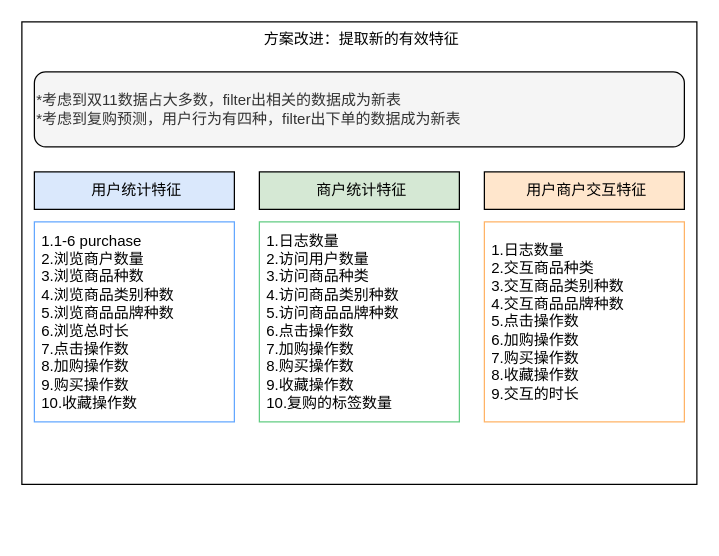
Earlier version of the draw.io diagram featrue.drawio (limpid-11/drawio). Source tidied: cells renumbered, new cells numbered last; positions are measured from the earlier drawing's top-left corner, leaving out a move shared by most shapes. Both pictures are drawn from the tidied source at 125%, with x=0, y=0 at pixel (21, 21).
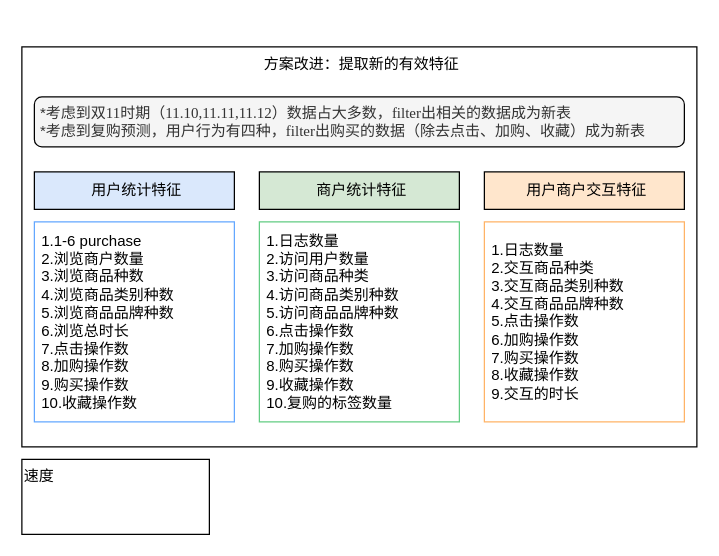
Above is the later version.

The edit, as a diff of the source:
```diff
@@
 <mxGraphModel>
   <root>
     <mxCell id="0" />
     <mxCell id="1" parent="0" />
     <mxCell id="2" value="方案改进：提取新的有效特征" style="rounded=0;whiteSpace=wrap;html=1;align=center;verticalAlign=top;spacing=2;spacingLeft=4;strokeColor=#000000;" parent="1" vertex="1">
-      <mxGeometry width="540" height="370" as="geometry" />
+      <mxGeometry y="20" width="540" height="320" as="geometry" />
     </mxCell>
     <mxCell id="3" value="用户统计特征" style="rounded=0;whiteSpace=wrap;html=1;align=center;verticalAlign=middle;spacing=2;spacingLeft=4;fillColor=#dae8fc;strokeColor=#000000;" parent="1" vertex="1">
       <mxGeometry x="10" y="120" width="160" height="30" as="geometry" />
     </mxCell>
     <mxCell id="4" value="1.1-6 purchase&lt;div&gt;2.浏览商户数量&lt;/div&gt;&lt;div&gt;3.&lt;span style=&quot;background-color: initial;&quot;&gt;浏览商品种数&lt;/span&gt;&lt;/div&gt;&lt;div&gt;&lt;span style=&quot;background-color: initial;&quot;&gt;4.浏览商品类别种数&lt;/span&gt;&lt;/div&gt;&lt;div&gt;&lt;span style=&quot;background-color: initial;&quot;&gt;5.浏览商品品牌种数&lt;/span&gt;&lt;/div&gt;&lt;div&gt;&lt;span style=&quot;background-color: initial;&quot;&gt;6.浏览总时长&lt;/span&gt;&lt;/div&gt;&lt;div&gt;&lt;span style=&quot;background-color: initial;&quot;&gt;7.点击操作数&lt;/span&gt;&lt;/div&gt;&lt;div&gt;&lt;span style=&quot;background-color: initial;&quot;&gt;8.加购操作数&lt;/span&gt;&lt;/div&gt;&lt;div&gt;&lt;span style=&quot;background-color: initial;&quot;&gt;9.购买操作数&lt;/span&gt;&lt;/div&gt;&lt;div&gt;&lt;span style=&quot;background-color: initial;&quot;&gt;10.收藏操作数&lt;/span&gt;&lt;/div&gt;" style="rounded=0;whiteSpace=wrap;html=1;align=left;verticalAlign=middle;spacing=2;spacingLeft=4;fillColor=#FFFFFF;strokeColor=#63A7FF;" parent="1" vertex="1">
       <mxGeometry x="10" y="160" width="160" height="160" as="geometry" />
     </mxCell>
     <mxCell id="5" value="商户统计特征" style="rounded=0;whiteSpace=wrap;html=1;align=center;verticalAlign=middle;spacing=2;spacingLeft=4;fillColor=#d5e8d4;strokeColor=#000000;" parent="1" vertex="1">
       <mxGeometry x="190" y="120" width="160" height="30" as="geometry" />
     </mxCell>
     <mxCell id="6" value="用户商户交互特征" style="rounded=0;whiteSpace=wrap;html=1;align=center;verticalAlign=middle;spacing=2;spacingLeft=4;fillColor=#ffe6cc;strokeColor=default;" parent="1" vertex="1">
       <mxGeometry x="370" y="120" width="160" height="30" as="geometry" />
     </mxCell>
     <mxCell id="7" value="1.日志数量&lt;div&gt;2.访问用户数量&lt;/div&gt;&lt;div&gt;3.访问商品种类&lt;/div&gt;&lt;div&gt;4.访问商品类别种数&lt;/div&gt;&lt;div&gt;5.访问商品品牌种数&lt;/div&gt;&lt;div&gt;&lt;div&gt;&lt;span style=&quot;background-color: initial;&quot;&gt;6.点击操作数&lt;/span&gt;&lt;/div&gt;&lt;div&gt;&lt;span style=&quot;background-color: initial;&quot;&gt;7.加购操作数&lt;/span&gt;&lt;/div&gt;&lt;div&gt;&lt;span style=&quot;background-color: initial;&quot;&gt;8.购买操作数&lt;/span&gt;&lt;/div&gt;&lt;div&gt;&lt;span style=&quot;background-color: initial;&quot;&gt;9.收藏操作数&lt;/span&gt;&lt;/div&gt;&lt;/div&gt;&lt;div&gt;&lt;span style=&quot;background-color: initial;&quot;&gt;10.复购的标签数量&lt;/span&gt;&lt;/div&gt;" style="rounded=0;whiteSpace=wrap;html=1;align=left;verticalAlign=middle;spacing=2;spacingLeft=4;fillColor=#FFFFFF;strokeColor=#62CC82;" parent="1" vertex="1">
       <mxGeometry x="190" y="160" width="160" height="160" as="geometry" />
     </mxCell>
     <mxCell id="8" value="1.日志数量&lt;div&gt;&lt;div&gt;2.交互商品种类&lt;/div&gt;&lt;div&gt;3.交互商品类别种数&lt;/div&gt;&lt;div&gt;4.交互商品品牌种数&lt;/div&gt;&lt;div&gt;&lt;div&gt;&lt;span style=&quot;background-color: initial;&quot;&gt;5.点击操作数&lt;/span&gt;&lt;/div&gt;&lt;div&gt;&lt;span style=&quot;background-color: initial;&quot;&gt;6.加购操作数&lt;/span&gt;&lt;/div&gt;&lt;div&gt;&lt;span style=&quot;background-color: initial;&quot;&gt;7.购买操作数&lt;/span&gt;&lt;/div&gt;&lt;div&gt;&lt;span style=&quot;background-color: initial;&quot;&gt;8.收藏操作数&lt;/span&gt;&lt;/div&gt;&lt;/div&gt;&lt;/div&gt;&lt;div&gt;&lt;span style=&quot;background-color: initial;&quot;&gt;9.交互的时长&lt;/span&gt;&lt;/div&gt;" style="rounded=0;whiteSpace=wrap;html=1;align=left;verticalAlign=middle;spacing=2;spacingLeft=4;fillColor=#FFFFFF;strokeColor=#FFB366;" parent="1" vertex="1">
       <mxGeometry x="370" y="160" width="160" height="160" as="geometry" />
     </mxCell>
-    <mxCell id="9" value="*考虑到双11数据占大多数，filter出相关的数据成为新表&lt;div&gt;*考虑到复购预测，用户行为有四种，filter出下单的数据成为新表&lt;/div&gt;" style="rounded=1;whiteSpace=wrap;html=1;fillColor=#f5f5f5;fontColor=#333333;strokeColor=#000000;align=left;fontFamily=宋体;" parent="1" vertex="1">
-      <mxGeometry x="10" y="40" width="520" height="60" as="geometry" />
+    <mxCell id="9" value="*考虑到双&lt;font face=&quot;Times New Roman&quot;&gt;11&lt;/font&gt;时期&lt;font face=&quot;Times New Roman&quot;&gt;（11.10,11.11,11.12）&lt;/font&gt;数据占大多数，&lt;font face=&quot;Times New Roman&quot;&gt;filter&lt;/font&gt;出相关的数据成为新表&lt;div&gt;*考虑到复购预测，用户行为有四种，&lt;font face=&quot;Times New Roman&quot;&gt;filter&lt;/font&gt;出购买的数据（除去点击、加购、收藏）成为新表&lt;/div&gt;" style="rounded=1;whiteSpace=wrap;html=1;fillColor=#f5f5f5;fontColor=#333333;strokeColor=#000000;align=left;fontFamily=宋体;spacingLeft=3;" parent="1" vertex="1">
+      <mxGeometry x="10" y="60" width="520" height="40" as="geometry" />
     </mxCell>
+    <mxCell id="10" value="速度" style="rounded=0;whiteSpace=wrap;html=1;align=left;verticalAlign=top;" parent="1" vertex="1">
+      <mxGeometry y="350" width="150" height="60" as="geometry" />
+    </mxCell>
   </root>
 </mxGraphModel>
```
